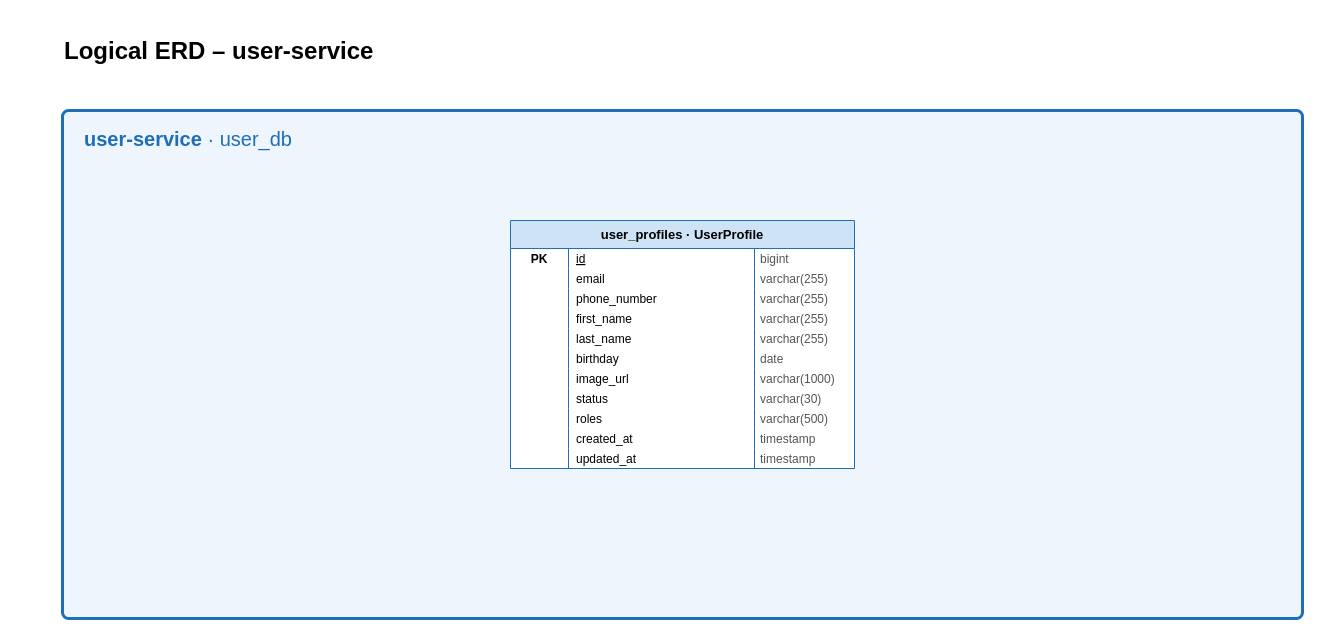
Above: rp3/srs-assets/logical-erd-microservices/01-user-service.drawio in LockR-Tech/docs (draw.io), before the change. Source tidied: cells renumbered, new cells numbered last; positions are measured from the earlier drawing's top-left corner, leaving out a move shared by most shapes. Both pictures are drawn from the tidied source at 100%, with x=0, y=0 at pixel (62, 34).
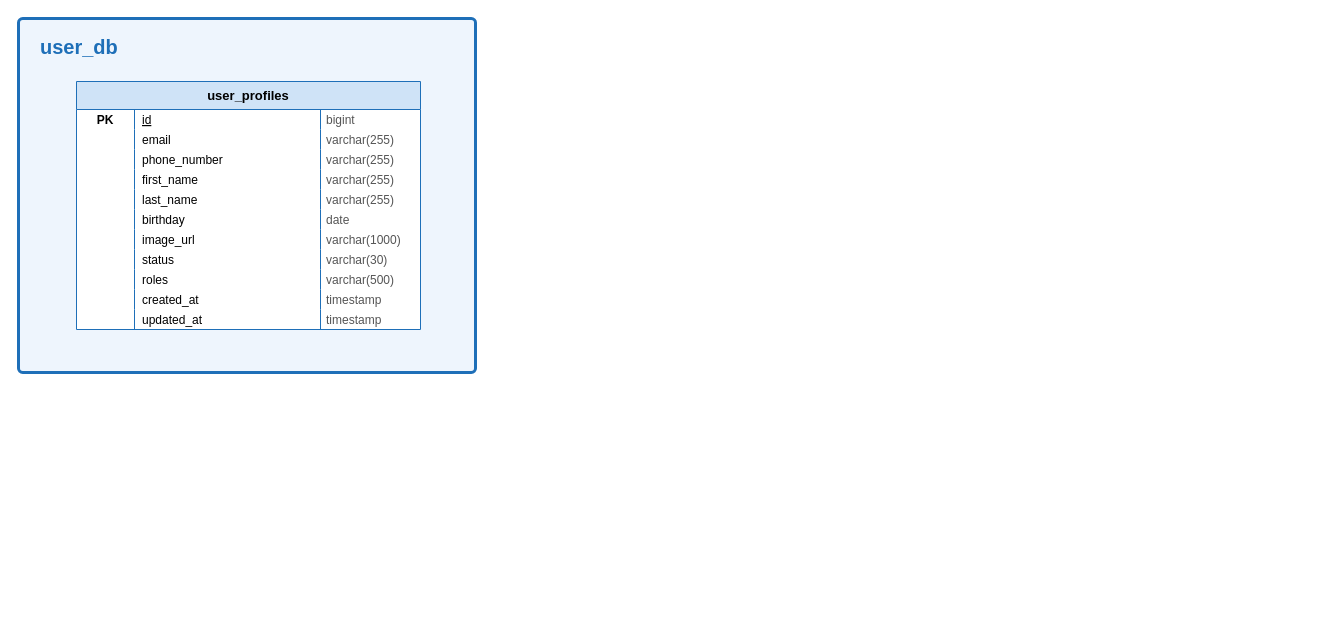
Above is the later version.

Diff of the diagram source:
```diff
@@
-    <mxCell id="2" style="rounded=1;arcSize=1.2;fillColor=#EEF5FD;strokeColor=#1E6FB8;strokeWidth=3;html=1;" parent="1" vertex="1">
-      <mxGeometry y="76" width="1240" height="508" as="geometry" />
-    </mxCell>
-    <mxCell id="3" value="&lt;b&gt;user-service&lt;/b&gt;  ·  user_db" style="text;html=1;align=left;verticalAlign=middle;fontSize=20;fontColor=#1E6FB8;fontFamily=Helvetica;" parent="1" vertex="1">
-      <mxGeometry x="20" y="86" width="1200" height="36" as="geometry" />
-    </mxCell>
-    <mxCell id="4" value="user_profiles  ·  UserProfile" style="shape=table;startSize=28;childLayout=tableLayout;rowLines=0;fontStyle=1;align=center;html=1;whiteSpace=wrap;fontSize=13;fillColor=#CFE3F7;swimlaneFillColor=#FFFFFF;strokeColor=#1E6FB8;fontFamily=Helvetica;" parent="1" vertex="1">
-      <mxGeometry x="448" y="186" width="344" height="248" as="geometry" />
-    </mxCell>
+    <mxCell id="50" style="rounded=1;arcSize=1.2;fillColor=#EEF5FD;strokeColor=#1E6FB8;strokeWidth=3;html=1;" parent="1" vertex="1">
+      <mxGeometry x="-44" y="-16" width="457" height="354" as="geometry" />
+    </mxCell>
+    <mxCell id="51" value="user_db" style="text;html=1;align=left;verticalAlign=middle;fontSize=20;fontColor=#1E6FB8;fontFamily=Helvetica;fontStyle=1;" parent="1" vertex="1">
+      <mxGeometry x="-24" y="-6" width="408" height="36" as="geometry" />
+    </mxCell>
+    <mxCell id="52" value="user_profiles" style="shape=table;startSize=28;childLayout=tableLayout;rowLines=0;fontStyle=1;align=center;html=1;whiteSpace=wrap;fontSize=13;fillColor=#CFE3F7;swimlaneFillColor=#FFFFFF;strokeColor=#1E6FB8;fontFamily=Helvetica;" parent="1" vertex="1">
+      <mxGeometry x="14" y="47" width="344" height="248" as="geometry" />
+    </mxCell>
-    <mxCell id="5" style="shape=tableRow;horizontal=0;startSize=0;swimlaneHead=0;swimlaneBody=0;fillColor=none;strokeColor=inherit;top=0;left=0;right=0;bottom=0;fontSize=12;" parent="4" vertex="1">
+    <mxCell id="5" style="shape=tableRow;horizontal=0;startSize=0;swimlaneHead=0;swimlaneBody=0;fillColor=none;strokeColor=inherit;top=0;left=0;right=0;bottom=0;fontSize=12;" parent="52" vertex="1">
       <mxGeometry y="28" width="344" height="20" as="geometry" />
     </mxCell>
@@
-    <mxCell id="9" style="shape=tableRow;horizontal=0;startSize=0;swimlaneHead=0;swimlaneBody=0;fillColor=none;strokeColor=inherit;top=0;left=0;right=0;bottom=0;fontSize=12;" parent="4" vertex="1">
+    <mxCell id="9" style="shape=tableRow;horizontal=0;startSize=0;swimlaneHead=0;swimlaneBody=0;fillColor=none;strokeColor=inherit;top=0;left=0;right=0;bottom=0;fontSize=12;" parent="52" vertex="1">
       <mxGeometry y="48" width="344" height="20" as="geometry" />
     </mxCell>
-    <mxCell id="10" style="shape=partialRectangle;fillColor=none;top=0;left=0;bottom=0;right=0;overflow=hidden;fontSize=12;fontFamily=Helvetica;align=center;fontStyle=1;fontColor=#000000;" parent="9" vertex="1">
-      <mxGeometry width="58" height="20" as="geometry" />
-    </mxCell>
+    <mxCell id="53" style="shape=partialRectangle;fillColor=none;top=0;left=0;bottom=0;right=0;overflow=hidden;fontSize=12;fontFamily=Helvetica;align=center;fontStyle=1;fontColor=#000000;" parent="9" vertex="1">
+      <mxGeometry width="58" height="20" as="geometry" />
+    </mxCell>
@@
-    <mxCell id="12" value="varchar(255)" style="shape=partialRectangle;fillColor=none;top=0;left=0;bottom=0;right=0;overflow=hidden;fontSize=12;fontFamily=Helvetica;align=left;spacingLeft=4;fontColor=#555555;" parent="9" vertex="1">
-      <mxGeometry x="244" width="100" height="20" as="geometry" />
-    </mxCell>
+    <mxCell id="54" value="varchar(255)" style="shape=partialRectangle;fillColor=none;top=0;left=0;bottom=0;right=0;overflow=hidden;fontSize=12;fontFamily=Helvetica;align=left;spacingLeft=4;fontColor=#555555;" parent="9" vertex="1">
+      <mxGeometry x="244" width="100" height="20" as="geometry" />
+    </mxCell>
-    <mxCell id="13" style="shape=tableRow;horizontal=0;startSize=0;swimlaneHead=0;swimlaneBody=0;fillColor=none;strokeColor=inherit;top=0;left=0;right=0;bottom=0;fontSize=12;" parent="4" vertex="1">
+    <mxCell id="13" style="shape=tableRow;horizontal=0;startSize=0;swimlaneHead=0;swimlaneBody=0;fillColor=none;strokeColor=inherit;top=0;left=0;right=0;bottom=0;fontSize=12;" parent="52" vertex="1">
       <mxGeometry y="68" width="344" height="20" as="geometry" />
     </mxCell>
-    <mxCell id="14" style="shape=partialRectangle;fillColor=none;top=0;left=0;bottom=0;right=0;overflow=hidden;fontSize=12;fontFamily=Helvetica;align=center;fontStyle=1;fontColor=#000000;" parent="13" vertex="1">
-      <mxGeometry width="58" height="20" as="geometry" />
-    </mxCell>
+    <mxCell id="55" style="shape=partialRectangle;fillColor=none;top=0;left=0;bottom=0;right=0;overflow=hidden;fontSize=12;fontFamily=Helvetica;align=center;fontStyle=1;fontColor=#000000;" parent="13" vertex="1">
+      <mxGeometry width="58" height="20" as="geometry" />
+    </mxCell>
@@
-    <mxCell id="16" value="varchar(255)" style="shape=partialRectangle;fillColor=none;top=0;left=0;bottom=0;right=0;overflow=hidden;fontSize=12;fontFamily=Helvetica;align=left;spacingLeft=4;fontColor=#555555;" parent="13" vertex="1">
-      <mxGeometry x="244" width="100" height="20" as="geometry" />
-    </mxCell>
+    <mxCell id="56" value="varchar(255)" style="shape=partialRectangle;fillColor=none;top=0;left=0;bottom=0;right=0;overflow=hidden;fontSize=12;fontFamily=Helvetica;align=left;spacingLeft=4;fontColor=#555555;" parent="13" vertex="1">
+      <mxGeometry x="244" width="100" height="20" as="geometry" />
+    </mxCell>
-    <mxCell id="17" style="shape=tableRow;horizontal=0;startSize=0;swimlaneHead=0;swimlaneBody=0;fillColor=none;strokeColor=inherit;top=0;left=0;right=0;bottom=0;fontSize=12;" parent="4" vertex="1">
+    <mxCell id="17" style="shape=tableRow;horizontal=0;startSize=0;swimlaneHead=0;swimlaneBody=0;fillColor=none;strokeColor=inherit;top=0;left=0;right=0;bottom=0;fontSize=12;" parent="52" vertex="1">
       <mxGeometry y="88" width="344" height="20" as="geometry" />
     </mxCell>
-    <mxCell id="18" style="shape=partialRectangle;fillColor=none;top=0;left=0;bottom=0;right=0;overflow=hidden;fontSize=12;fontFamily=Helvetica;align=center;fontStyle=1;fontColor=#000000;" parent="17" vertex="1">
-      <mxGeometry width="58" height="20" as="geometry" />
-    </mxCell>
+    <mxCell id="57" style="shape=partialRectangle;fillColor=none;top=0;left=0;bottom=0;right=0;overflow=hidden;fontSize=12;fontFamily=Helvetica;align=center;fontStyle=1;fontColor=#000000;" parent="17" vertex="1">
+      <mxGeometry width="58" height="20" as="geometry" />
+    </mxCell>
@@
-    <mxCell id="20" value="varchar(255)" style="shape=partialRectangle;fillColor=none;top=0;left=0;bottom=0;right=0;overflow=hidden;fontSize=12;fontFamily=Helvetica;align=left;spacingLeft=4;fontColor=#555555;" parent="17" vertex="1">
-      <mxGeometry x="244" width="100" height="20" as="geometry" />
-    </mxCell>
+    <mxCell id="58" value="varchar(255)" style="shape=partialRectangle;fillColor=none;top=0;left=0;bottom=0;right=0;overflow=hidden;fontSize=12;fontFamily=Helvetica;align=left;spacingLeft=4;fontColor=#555555;" parent="17" vertex="1">
+      <mxGeometry x="244" width="100" height="20" as="geometry" />
+    </mxCell>
-    <mxCell id="21" style="shape=tableRow;horizontal=0;startSize=0;swimlaneHead=0;swimlaneBody=0;fillColor=none;strokeColor=inherit;top=0;left=0;right=0;bottom=0;fontSize=12;" parent="4" vertex="1">
+    <mxCell id="21" style="shape=tableRow;horizontal=0;startSize=0;swimlaneHead=0;swimlaneBody=0;fillColor=none;strokeColor=inherit;top=0;left=0;right=0;bottom=0;fontSize=12;" parent="52" vertex="1">
       <mxGeometry y="108" width="344" height="20" as="geometry" />
     </mxCell>
-    <mxCell id="22" style="shape=partialRectangle;fillColor=none;top=0;left=0;bottom=0;right=0;overflow=hidden;fontSize=12;fontFamily=Helvetica;align=center;fontStyle=1;fontColor=#000000;" parent="21" vertex="1">
-      <mxGeometry width="58" height="20" as="geometry" />
-    </mxCell>
+    <mxCell id="59" style="shape=partialRectangle;fillColor=none;top=0;left=0;bottom=0;right=0;overflow=hidden;fontSize=12;fontFamily=Helvetica;align=center;fontStyle=1;fontColor=#000000;" parent="21" vertex="1">
+      <mxGeometry width="58" height="20" as="geometry" />
+    </mxCell>
@@
-    <mxCell id="24" value="varchar(255)" style="shape=partialRectangle;fillColor=none;top=0;left=0;bottom=0;right=0;overflow=hidden;fontSize=12;fontFamily=Helvetica;align=left;spacingLeft=4;fontColor=#555555;" parent="21" vertex="1">
-      <mxGeometry x="244" width="100" height="20" as="geometry" />
-    </mxCell>
+    <mxCell id="60" value="varchar(255)" style="shape=partialRectangle;fillColor=none;top=0;left=0;bottom=0;right=0;overflow=hidden;fontSize=12;fontFamily=Helvetica;align=left;spacingLeft=4;fontColor=#555555;" parent="21" vertex="1">
+      <mxGeometry x="244" width="100" height="20" as="geometry" />
+    </mxCell>
-    <mxCell id="25" style="shape=tableRow;horizontal=0;startSize=0;swimlaneHead=0;swimlaneBody=0;fillColor=none;strokeColor=inherit;top=0;left=0;right=0;bottom=0;fontSize=12;" parent="4" vertex="1">
+    <mxCell id="25" style="shape=tableRow;horizontal=0;startSize=0;swimlaneHead=0;swimlaneBody=0;fillColor=none;strokeColor=inherit;top=0;left=0;right=0;bottom=0;fontSize=12;" parent="52" vertex="1">
       <mxGeometry y="128" width="344" height="20" as="geometry" />
     </mxCell>
-    <mxCell id="26" style="shape=partialRectangle;fillColor=none;top=0;left=0;bottom=0;right=0;overflow=hidden;fontSize=12;fontFamily=Helvetica;align=center;fontStyle=1;fontColor=#000000;" parent="25" vertex="1">
-      <mxGeometry width="58" height="20" as="geometry" />
-    </mxCell>
+    <mxCell id="61" style="shape=partialRectangle;fillColor=none;top=0;left=0;bottom=0;right=0;overflow=hidden;fontSize=12;fontFamily=Helvetica;align=center;fontStyle=1;fontColor=#000000;" parent="25" vertex="1">
+      <mxGeometry width="58" height="20" as="geometry" />
+    </mxCell>
@@
-    <mxCell id="29" style="shape=tableRow;horizontal=0;startSize=0;swimlaneHead=0;swimlaneBody=0;fillColor=none;strokeColor=inherit;top=0;left=0;right=0;bottom=0;fontSize=12;" parent="4" vertex="1">
+    <mxCell id="29" style="shape=tableRow;horizontal=0;startSize=0;swimlaneHead=0;swimlaneBody=0;fillColor=none;strokeColor=inherit;top=0;left=0;right=0;bottom=0;fontSize=12;" parent="52" vertex="1">
       <mxGeometry y="148" width="344" height="20" as="geometry" />
     </mxCell>
-    <mxCell id="30" style="shape=partialRectangle;fillColor=none;top=0;left=0;bottom=0;right=0;overflow=hidden;fontSize=12;fontFamily=Helvetica;align=center;fontStyle=1;fontColor=#000000;" parent="29" vertex="1">
-      <mxGeometry width="58" height="20" as="geometry" />
-    </mxCell>
+    <mxCell id="62" style="shape=partialRectangle;fillColor=none;top=0;left=0;bottom=0;right=0;overflow=hidden;fontSize=12;fontFamily=Helvetica;align=center;fontStyle=1;fontColor=#000000;" parent="29" vertex="1">
+      <mxGeometry width="58" height="20" as="geometry" />
+    </mxCell>
@@
-    <mxCell id="33" style="shape=tableRow;horizontal=0;startSize=0;swimlaneHead=0;swimlaneBody=0;fillColor=none;strokeColor=inherit;top=0;left=0;right=0;bottom=0;fontSize=12;" parent="4" vertex="1">
+    <mxCell id="33" style="shape=tableRow;horizontal=0;startSize=0;swimlaneHead=0;swimlaneBody=0;fillColor=none;strokeColor=inherit;top=0;left=0;right=0;bottom=0;fontSize=12;" parent="52" vertex="1">
       <mxGeometry y="168" width="344" height="20" as="geometry" />
     </mxCell>
-    <mxCell id="34" style="shape=partialRectangle;fillColor=none;top=0;left=0;bottom=0;right=0;overflow=hidden;fontSize=12;fontFamily=Helvetica;align=center;fontStyle=1;fontColor=#000000;" parent="33" vertex="1">
-      <mxGeometry width="58" height="20" as="geometry" />
-    </mxCell>
+    <mxCell id="63" style="shape=partialRectangle;fillColor=none;top=0;left=0;bottom=0;right=0;overflow=hidden;fontSize=12;fontFamily=Helvetica;align=center;fontStyle=1;fontColor=#000000;" parent="33" vertex="1">
+      <mxGeometry width="58" height="20" as="geometry" />
+    </mxCell>
@@
-    <mxCell id="37" style="shape=tableRow;horizontal=0;startSize=0;swimlaneHead=0;swimlaneBody=0;fillColor=none;strokeColor=inherit;top=0;left=0;right=0;bottom=0;fontSize=12;" parent="4" vertex="1">
+    <mxCell id="37" style="shape=tableRow;horizontal=0;startSize=0;swimlaneHead=0;swimlaneBody=0;fillColor=none;strokeColor=inherit;top=0;left=0;right=0;bottom=0;fontSize=12;" parent="52" vertex="1">
       <mxGeometry y="188" width="344" height="20" as="geometry" />
     </mxCell>
-    <mxCell id="38" style="shape=partialRectangle;fillColor=none;top=0;left=0;bottom=0;right=0;overflow=hidden;fontSize=12;fontFamily=Helvetica;align=center;fontStyle=1;fontColor=#000000;" parent="37" vertex="1">
-      <mxGeometry width="58" height="20" as="geometry" />
-    </mxCell>
+    <mxCell id="64" style="shape=partialRectangle;fillColor=none;top=0;left=0;bottom=0;right=0;overflow=hidden;fontSize=12;fontFamily=Helvetica;align=center;fontStyle=1;fontColor=#000000;" parent="37" vertex="1">
+      <mxGeometry width="58" height="20" as="geometry" />
+    </mxCell>
@@
-    <mxCell id="41" style="shape=tableRow;horizontal=0;startSize=0;swimlaneHead=0;swimlaneBody=0;fillColor=none;strokeColor=inherit;top=0;left=0;right=0;bottom=0;fontSize=12;" parent="4" vertex="1">
+    <mxCell id="41" style="shape=tableRow;horizontal=0;startSize=0;swimlaneHead=0;swimlaneBody=0;fillColor=none;strokeColor=inherit;top=0;left=0;right=0;bottom=0;fontSize=12;" parent="52" vertex="1">
       <mxGeometry y="208" width="344" height="20" as="geometry" />
     </mxCell>
-    <mxCell id="42" style="shape=partialRectangle;fillColor=none;top=0;left=0;bottom=0;right=0;overflow=hidden;fontSize=12;fontFamily=Helvetica;align=center;fontStyle=1;fontColor=#000000;" parent="41" vertex="1">
-      <mxGeometry width="58" height="20" as="geometry" />
-    </mxCell>
+    <mxCell id="65" style="shape=partialRectangle;fillColor=none;top=0;left=0;bottom=0;right=0;overflow=hidden;fontSize=12;fontFamily=Helvetica;align=center;fontStyle=1;fontColor=#000000;" parent="41" vertex="1">
+      <mxGeometry width="58" height="20" as="geometry" />
+    </mxCell>
@@
-    <mxCell id="44" value="timestamp" style="shape=partialRectangle;fillColor=none;top=0;left=0;bottom=0;right=0;overflow=hidden;fontSize=12;fontFamily=Helvetica;align=left;spacingLeft=4;fontColor=#555555;" parent="41" vertex="1">
-      <mxGeometry x="244" width="100" height="20" as="geometry" />
-    </mxCell>
+    <mxCell id="66" value="timestamp" style="shape=partialRectangle;fillColor=none;top=0;left=0;bottom=0;right=0;overflow=hidden;fontSize=12;fontFamily=Helvetica;align=left;spacingLeft=4;fontColor=#555555;" parent="41" vertex="1">
+      <mxGeometry x="244" width="100" height="20" as="geometry" />
+    </mxCell>
-    <mxCell id="45" style="shape=tableRow;horizontal=0;startSize=0;swimlaneHead=0;swimlaneBody=0;fillColor=none;strokeColor=inherit;top=0;left=0;right=0;bottom=0;fontSize=12;" parent="4" vertex="1">
+    <mxCell id="45" style="shape=tableRow;horizontal=0;startSize=0;swimlaneHead=0;swimlaneBody=0;fillColor=none;strokeColor=inherit;top=0;left=0;right=0;bottom=0;fontSize=12;" parent="52" vertex="1">
       <mxGeometry y="228" width="344" height="20" as="geometry" />
     </mxCell>
-    <mxCell id="46" style="shape=partialRectangle;fillColor=none;top=0;left=0;bottom=0;right=0;overflow=hidden;fontSize=12;fontFamily=Helvetica;align=center;fontStyle=1;fontColor=#000000;" parent="45" vertex="1">
-      <mxGeometry width="58" height="20" as="geometry" />
-    </mxCell>
+    <mxCell id="67" style="shape=partialRectangle;fillColor=none;top=0;left=0;bottom=0;right=0;overflow=hidden;fontSize=12;fontFamily=Helvetica;align=center;fontStyle=1;fontColor=#000000;" parent="45" vertex="1">
+      <mxGeometry width="58" height="20" as="geometry" />
+    </mxCell>
@@
-    <mxCell id="48" value="timestamp" style="shape=partialRectangle;fillColor=none;top=0;left=0;bottom=0;right=0;overflow=hidden;fontSize=12;fontFamily=Helvetica;align=left;spacingLeft=4;fontColor=#555555;" parent="45" vertex="1">
-      <mxGeometry x="244" width="100" height="20" as="geometry" />
-    </mxCell>
-    <mxCell id="49" value="&lt;b&gt;Logical ERD – user-service&lt;/b&gt;" style="text;html=1;align=left;verticalAlign=middle;fontSize=24;fontFamily=Helvetica;" parent="1" vertex="1">
-      <mxGeometry width="1240" height="34" as="geometry" />
-    </mxCell>
+    <mxCell id="68" value="timestamp" style="shape=partialRectangle;fillColor=none;top=0;left=0;bottom=0;right=0;overflow=hidden;fontSize=12;fontFamily=Helvetica;align=left;spacingLeft=4;fontColor=#555555;" parent="45" vertex="1">
+      <mxGeometry x="244" width="100" height="20" as="geometry" />
+    </mxCell>
```
